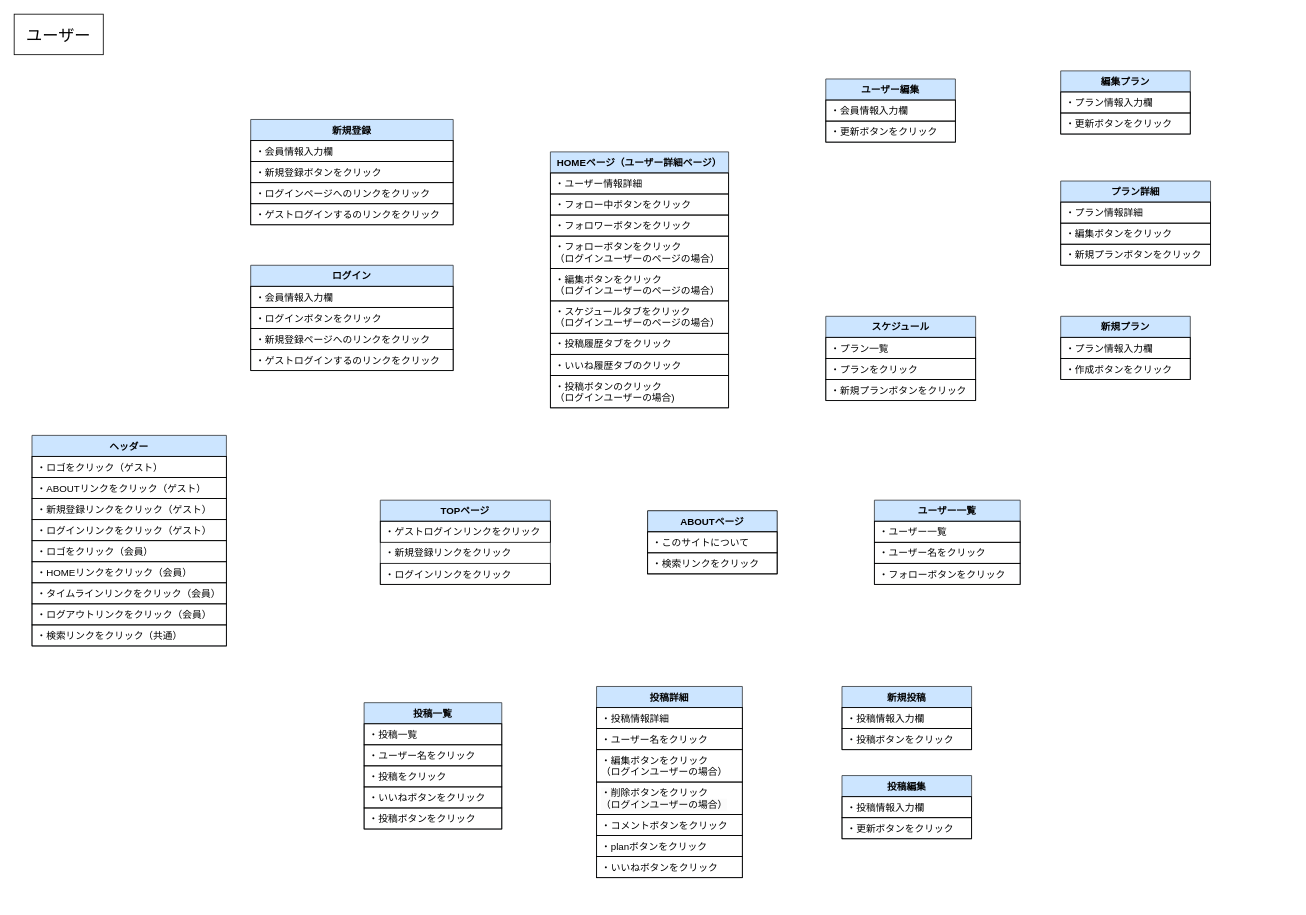
Above: page "user" (1 of 2) of ui_flows.drawio in JunkiYuasa/trip_planning (draw.io), before the change. Source tidied: cells renumbered, new cells numbered last; positions are measured from the earlier drawing's top-left corner, leaving out a move shared by most shapes. Both pictures are drawn from the tidied source at 81%, with x=0, y=0 at pixel (14, 14).
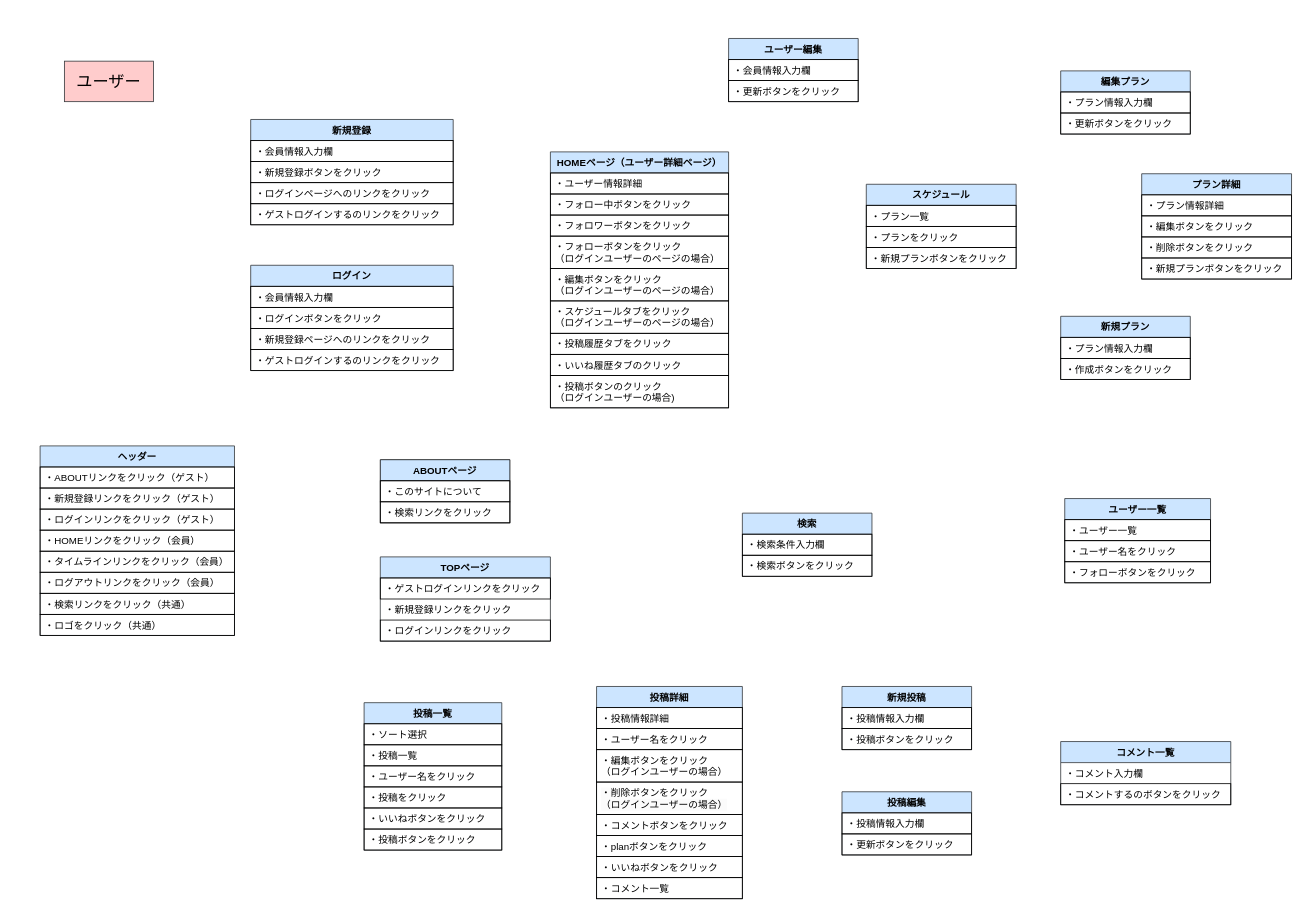
The same diagram, later.

What changed in the source:
```diff
@@
-    <mxCell id="2" value="&lt;font style=&quot;font-size: 20px;&quot;&gt;ユーザー&lt;/font&gt;" style="html=1;whiteSpace=wrap;strokeColor=default;align=center;verticalAlign=middle;spacingLeft=4;spacingRight=4;fontFamily=Helvetica;fontSize=12;fontColor=default;fillColor=none;gradientColor=none;" parent="1" vertex="1">
-      <mxGeometry width="110" height="50" as="geometry" />
+    <mxCell id="2" value="&lt;font style=&quot;font-size: 20px;&quot;&gt;ユーザー&lt;/font&gt;" style="html=1;whiteSpace=wrap;strokeColor=#36393d;align=center;verticalAlign=middle;spacingLeft=4;spacingRight=4;fontFamily=Helvetica;fontSize=12;fillColor=#ffcccc;" parent="1" vertex="1">
+      <mxGeometry x="62" y="58" width="110" height="50" as="geometry" />
     </mxCell>
     <mxCell id="3" value="TOPページ" style="swimlane;fontStyle=1;align=center;verticalAlign=top;horizontal=1;startSize=26;whiteSpace=wrap;html=1;strokeColor=#36393d;spacingLeft=4;spacingRight=4;fontFamily=Helvetica;fontSize=12;fillColor=#cce5ff;" parent="1" vertex="1">
-      <mxGeometry x="452" y="600" width="210" height="104" as="geometry" />
+      <mxGeometry x="452" y="670" width="210" height="104" as="geometry" />
     </mxCell>
@@
     <mxCell id="7" value="ヘッダー" style="swimlane;fontStyle=1;align=center;verticalAlign=top;horizontal=1;startSize=26;whiteSpace=wrap;html=1;strokeColor=#36393d;spacingLeft=4;spacingRight=4;fontFamily=Helvetica;fontSize=12;fillColor=#cce5ff;" parent="1" vertex="1">
-      <mxGeometry x="22" y="520" width="240" height="260" as="geometry" />
+      <mxGeometry x="32" y="533" width="240" height="234" as="geometry" />
     </mxCell>
-    <mxCell id="8" value="・ロゴをクリック（ゲスト）" style="text;strokeColor=default;fillColor=none;align=left;verticalAlign=top;spacingLeft=4;spacingRight=4;overflow=hidden;whiteSpace=wrap;html=1;fontFamily=Helvetica;fontSize=12;fontColor=default;" parent="7" vertex="1">
-      <mxGeometry y="26" width="240" height="26" as="geometry" />
-    </mxCell>
     <mxCell id="9" value="・ABOUTリンクをクリック（ゲスト）" style="text;strokeColor=default;fillColor=none;align=left;verticalAlign=top;spacingLeft=4;spacingRight=4;overflow=hidden;whiteSpace=wrap;html=1;fontFamily=Helvetica;fontSize=12;fontColor=default;" parent="7" vertex="1">
-      <mxGeometry y="52" width="240" height="26" as="geometry" />
+      <mxGeometry y="26" width="240" height="26" as="geometry" />
     </mxCell>
     <mxCell id="10" value="・新規登録リンクをクリック（ゲスト）" style="text;strokeColor=default;fillColor=none;align=left;verticalAlign=top;spacingLeft=4;spacingRight=4;overflow=hidden;whiteSpace=wrap;html=1;fontFamily=Helvetica;fontSize=12;fontColor=default;" parent="7" vertex="1">
-      <mxGeometry y="78" width="240" height="26" as="geometry" />
+      <mxGeometry y="52" width="240" height="26" as="geometry" />
     </mxCell>
     <mxCell id="11" value="・ログインリンクをクリック（ゲスト）" style="text;strokeColor=default;fillColor=none;align=left;verticalAlign=top;spacingLeft=4;spacingRight=4;overflow=hidden;whiteSpace=wrap;html=1;fontFamily=Helvetica;fontSize=12;fontColor=default;" parent="7" vertex="1">
-      <mxGeometry y="104" width="240" height="26" as="geometry" />
+      <mxGeometry y="78" width="240" height="26" as="geometry" />
     </mxCell>
-    <mxCell id="12" value="・ロゴをクリック（会員）" style="text;strokeColor=default;fillColor=none;align=left;verticalAlign=top;spacingLeft=4;spacingRight=4;overflow=hidden;whiteSpace=wrap;html=1;fontFamily=Helvetica;fontSize=12;fontColor=default;" parent="7" vertex="1">
-      <mxGeometry y="130" width="240" height="26" as="geometry" />
-    </mxCell>
     <mxCell id="13" value="・HOMEリンクをクリック（会員）" style="text;strokeColor=default;fillColor=none;align=left;verticalAlign=top;spacingLeft=4;spacingRight=4;overflow=hidden;whiteSpace=wrap;html=1;fontFamily=Helvetica;fontSize=12;fontColor=default;" parent="7" vertex="1">
-      <mxGeometry y="156" width="240" height="26" as="geometry" />
+      <mxGeometry y="104" width="240" height="26" as="geometry" />
     </mxCell>
     <mxCell id="14" value="・タイムラインリンクをクリック（会員）" style="text;strokeColor=default;fillColor=none;align=left;verticalAlign=top;spacingLeft=4;spacingRight=4;overflow=hidden;whiteSpace=wrap;html=1;fontFamily=Helvetica;fontSize=12;fontColor=default;" parent="7" vertex="1">
-      <mxGeometry y="182" width="240" height="26" as="geometry" />
+      <mxGeometry y="130" width="240" height="26" as="geometry" />
     </mxCell>
     <mxCell id="15" value="・ログアウトリンクをクリック（会員）" style="text;strokeColor=default;fillColor=none;align=left;verticalAlign=top;spacingLeft=4;spacingRight=4;overflow=hidden;whiteSpace=wrap;html=1;fontFamily=Helvetica;fontSize=12;fontColor=default;" parent="7" vertex="1">
-      <mxGeometry y="208" width="240" height="26" as="geometry" />
+      <mxGeometry y="156" width="240" height="26" as="geometry" />
     </mxCell>
     <mxCell id="16" value="・検索リンクをクリック（共通）" style="text;strokeColor=default;fillColor=none;align=left;verticalAlign=top;spacingLeft=4;spacingRight=4;overflow=hidden;whiteSpace=wrap;html=1;fontFamily=Helvetica;fontSize=12;fontColor=default;" parent="7" vertex="1">
-      <mxGeometry y="234" width="240" height="26" as="geometry" />
+      <mxGeometry y="182" width="240" height="26" as="geometry" />
     </mxCell>
+    <mxCell id="12" value="・ロゴをクリック（共通）" style="text;strokeColor=default;fillColor=none;align=left;verticalAlign=top;spacingLeft=4;spacingRight=4;overflow=hidden;whiteSpace=wrap;html=1;fontFamily=Helvetica;fontSize=12;fontColor=default;" parent="7" vertex="1">
+      <mxGeometry y="208" width="240" height="26" as="geometry" />
+    </mxCell>
@@
     <mxCell id="22" value="ABOUTページ" style="swimlane;fontStyle=1;align=center;verticalAlign=top;horizontal=1;startSize=26;whiteSpace=wrap;html=1;spacingLeft=4;spacingRight=4;fontFamily=Helvetica;fontSize=12;fillColor=#cce5ff;strokeColor=default;" parent="1" vertex="1">
-      <mxGeometry x="782" y="613" width="160" height="78" as="geometry" />
+      <mxGeometry x="452" y="550" width="160" height="78" as="geometry" />
     </mxCell>
@@
     <mxCell id="40" value="投稿一覧" style="swimlane;fontStyle=1;align=center;verticalAlign=top;horizontal=1;startSize=26;whiteSpace=wrap;html=1;strokeColor=#36393d;spacingLeft=4;spacingRight=4;fontFamily=Helvetica;fontSize=12;fillColor=#cce5ff;" parent="1" vertex="1">
-      <mxGeometry x="432" y="850" width="170" height="156" as="geometry" />
+      <mxGeometry x="432" y="850" width="170" height="182" as="geometry" />
     </mxCell>
+    <mxCell id="81" value="・ソート選択" style="text;strokeColor=default;fillColor=none;align=left;verticalAlign=top;spacingLeft=4;spacingRight=4;overflow=hidden;whiteSpace=wrap;html=1;fontFamily=Helvetica;fontSize=12;fontColor=default;" parent="40" vertex="1">
+      <mxGeometry y="26" width="170" height="26" as="geometry" />
+    </mxCell>
     <mxCell id="41" value="・投稿一覧" style="text;strokeColor=default;fillColor=none;align=left;verticalAlign=top;spacingLeft=4;spacingRight=4;overflow=hidden;whiteSpace=wrap;html=1;fontFamily=Helvetica;fontSize=12;fontColor=default;" parent="40" vertex="1">
-      <mxGeometry y="26" width="170" height="26" as="geometry" />
+      <mxGeometry y="52" width="170" height="26" as="geometry" />
     </mxCell>
     <mxCell id="42" value="・ユーザー名をクリック" style="text;strokeColor=default;fillColor=none;align=left;verticalAlign=top;spacingLeft=4;spacingRight=4;overflow=hidden;whiteSpace=wrap;html=1;fontFamily=Helvetica;fontSize=12;fontColor=default;" parent="40" vertex="1">
-      <mxGeometry y="52" width="170" height="26" as="geometry" />
+      <mxGeometry y="78" width="170" height="26" as="geometry" />
     </mxCell>
     <mxCell id="43" value="・投稿をクリック" style="text;strokeColor=default;fillColor=none;align=left;verticalAlign=top;spacingLeft=4;spacingRight=4;overflow=hidden;whiteSpace=wrap;html=1;fontFamily=Helvetica;fontSize=12;fontColor=default;" parent="40" vertex="1">
-      <mxGeometry y="78" width="170" height="26" as="geometry" />
+      <mxGeometry y="104" width="170" height="26" as="geometry" />
     </mxCell>
     <mxCell id="44" value="・いいねボタンをクリック" style="text;strokeColor=default;fillColor=none;align=left;verticalAlign=top;spacingLeft=4;spacingRight=4;overflow=hidden;whiteSpace=wrap;html=1;fontFamily=Helvetica;fontSize=12;fontColor=default;" parent="40" vertex="1">
-      <mxGeometry y="104" width="170" height="26" as="geometry" />
+      <mxGeometry y="130" width="170" height="26" as="geometry" />
     </mxCell>
     <mxCell id="45" value="・投稿ボタンをクリック" style="text;strokeColor=default;fillColor=none;align=left;verticalAlign=top;spacingLeft=4;spacingRight=4;overflow=hidden;whiteSpace=wrap;html=1;fontFamily=Helvetica;fontSize=12;fontColor=default;" parent="40" vertex="1">
-      <mxGeometry y="130" width="170" height="26" as="geometry" />
+      <mxGeometry y="156" width="170" height="26" as="geometry" />
     </mxCell>
     <mxCell id="46" value="投稿詳細" style="swimlane;fontStyle=1;align=center;verticalAlign=top;horizontal=1;startSize=26;whiteSpace=wrap;html=1;strokeColor=#36393d;spacingLeft=4;spacingRight=4;fontFamily=Helvetica;fontSize=12;fillColor=#cce5ff;" parent="1" vertex="1">
-      <mxGeometry x="719" y="830" width="180" height="236" as="geometry" />
+      <mxGeometry x="719" y="830" width="180" height="262" as="geometry" />
     </mxCell>
@@
+    <mxCell id="82" value="・コメント一覧" style="text;strokeColor=default;fillColor=none;align=left;verticalAlign=top;spacingLeft=4;spacingRight=4;overflow=hidden;whiteSpace=wrap;html=1;fontFamily=Helvetica;fontSize=12;fontColor=default;" parent="46" vertex="1">
+      <mxGeometry y="236" width="180" height="26" as="geometry" />
+    </mxCell>
     <mxCell id="54" value="投稿編集" style="swimlane;fontStyle=1;align=center;verticalAlign=top;horizontal=1;startSize=26;whiteSpace=wrap;html=1;strokeColor=#36393d;spacingLeft=4;spacingRight=4;fontFamily=Helvetica;fontSize=12;fillColor=#cce5ff;" parent="1" vertex="1">
-      <mxGeometry x="1022" y="940" width="160" height="78" as="geometry" />
+      <mxGeometry x="1022" y="960" width="160" height="78" as="geometry" />
     </mxCell>
@@
     <mxCell id="60" value="ユーザー一覧" style="swimlane;fontStyle=1;align=center;verticalAlign=top;horizontal=1;startSize=26;whiteSpace=wrap;html=1;strokeColor=#36393d;spacingLeft=4;spacingRight=4;fontFamily=Helvetica;fontSize=12;fillColor=#cce5ff;" parent="1" vertex="1">
-      <mxGeometry x="1062" y="600" width="180" height="104" as="geometry" />
+      <mxGeometry x="1297" y="598" width="180" height="104" as="geometry" />
     </mxCell>
@@
     <mxCell id="64" value="ユーザー編集" style="swimlane;fontStyle=1;align=center;verticalAlign=top;horizontal=1;startSize=26;whiteSpace=wrap;html=1;strokeColor=#36393d;spacingLeft=4;spacingRight=4;fontFamily=Helvetica;fontSize=12;fillColor=#cce5ff;" parent="1" vertex="1">
-      <mxGeometry x="1002" y="80" width="160" height="78" as="geometry" />
+      <mxGeometry x="882" y="30" width="160" height="78" as="geometry" />
     </mxCell>
@@
     <mxCell id="67" value="スケジュール" style="swimlane;fontStyle=1;align=center;verticalAlign=top;horizontal=1;startSize=26;whiteSpace=wrap;html=1;strokeColor=#36393d;spacingLeft=4;spacingRight=4;fontFamily=Helvetica;fontSize=12;fillColor=#cce5ff;" parent="1" vertex="1">
-      <mxGeometry x="1002" y="373" width="185" height="104" as="geometry" />
+      <mxGeometry x="1052" y="210" width="185" height="104" as="geometry" />
     </mxCell>
@@
     <mxCell id="77" value="プラン詳細" style="swimlane;fontStyle=1;align=center;verticalAlign=top;horizontal=1;startSize=26;whiteSpace=wrap;html=1;strokeColor=#36393d;spacingLeft=4;spacingRight=4;fontFamily=Helvetica;fontSize=12;fillColor=#cce5ff;" parent="1" vertex="1">
-      <mxGeometry x="1292" y="206" width="185" height="104" as="geometry" />
+      <mxGeometry x="1392" y="197" width="185" height="130" as="geometry" />
     </mxCell>
@@
+    <mxCell id="83" value="・削除ボタンをクリック" style="text;strokeColor=default;fillColor=none;align=left;verticalAlign=top;spacingLeft=4;spacingRight=4;overflow=hidden;whiteSpace=wrap;html=1;fontFamily=Helvetica;fontSize=12;fontColor=default;" parent="77" vertex="1">
+      <mxGeometry y="78" width="185" height="26" as="geometry" />
+    </mxCell>
     <mxCell id="80" value="・新規プランボタンをクリック" style="text;strokeColor=default;fillColor=none;align=left;verticalAlign=top;spacingLeft=4;spacingRight=4;overflow=hidden;whiteSpace=wrap;html=1;fontFamily=Helvetica;fontSize=12;fontColor=default;" parent="77" vertex="1">
-      <mxGeometry y="78" width="185" height="26" as="geometry" />
+      <mxGeometry y="104" width="185" height="26" as="geometry" />
     </mxCell>
+    <mxCell id="84" value="検索" style="swimlane;fontStyle=1;align=center;verticalAlign=top;horizontal=1;startSize=26;whiteSpace=wrap;html=1;strokeColor=#36393d;spacingLeft=4;spacingRight=4;fontFamily=Helvetica;fontSize=12;fillColor=#cce5ff;" parent="1" vertex="1">
+      <mxGeometry x="899" y="616" width="160" height="78" as="geometry" />
+    </mxCell>
+    <mxCell id="85" value="・検索条件入力欄" style="text;strokeColor=default;fillColor=none;align=left;verticalAlign=top;spacingLeft=4;spacingRight=4;overflow=hidden;whiteSpace=wrap;html=1;fontFamily=Helvetica;fontSize=12;fontColor=default;" parent="84" vertex="1">
+      <mxGeometry y="26" width="160" height="26" as="geometry" />
+    </mxCell>
+    <mxCell id="86" value="・検索ボタンをクリック" style="text;strokeColor=default;fillColor=none;align=left;verticalAlign=top;spacingLeft=4;spacingRight=4;overflow=hidden;whiteSpace=wrap;html=1;fontFamily=Helvetica;fontSize=12;fontColor=default;" parent="84" vertex="1">
+      <mxGeometry y="52" width="160" height="26" as="geometry" />
+    </mxCell>
+    <mxCell id="87" value="コメント一覧" style="swimlane;fontStyle=1;align=center;verticalAlign=top;horizontal=1;startSize=26;whiteSpace=wrap;html=1;strokeColor=#36393d;spacingLeft=4;spacingRight=4;fontFamily=Helvetica;fontSize=12;fillColor=#cce5ff;" parent="1" vertex="1">
+      <mxGeometry x="1292" y="898" width="210" height="78" as="geometry" />
+    </mxCell>
+    <mxCell id="88" value="・コメント入力欄" style="text;strokeColor=none;fillColor=none;align=left;verticalAlign=top;spacingLeft=4;spacingRight=4;overflow=hidden;whiteSpace=wrap;html=1;fontFamily=Helvetica;fontSize=12;fontColor=default;" parent="87" vertex="1">
+      <mxGeometry y="26" width="210" height="26" as="geometry" />
+    </mxCell>
+    <mxCell id="89" value="・コメントするのボタンをクリック" style="text;strokeColor=default;fillColor=none;align=left;verticalAlign=top;spacingLeft=4;spacingRight=4;overflow=hidden;whiteSpace=wrap;html=1;fontFamily=Helvetica;fontSize=12;fontColor=default;" parent="87" vertex="1">
+      <mxGeometry y="52" width="210" height="26" as="geometry" />
+    </mxCell>
```
